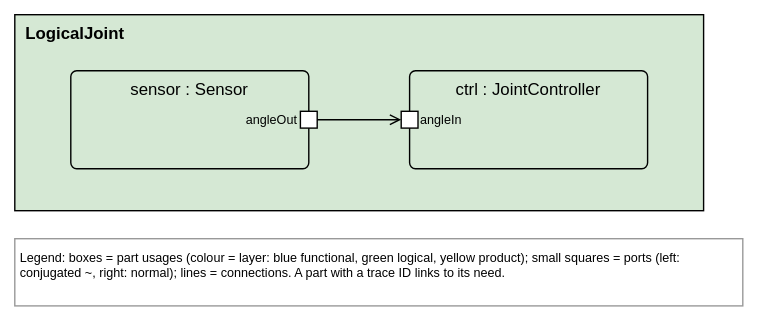
This is curatrix/tests/fixtures/sphinxdoc/views/jointView.drawio.svg from tiacsys/xdmod, a draw.io export, as it was before one commit. Source tidied: cells renumbered, new cells last; positions are measured from the earlier drawing's top-left corner, leaving out a move shared by most shapes.
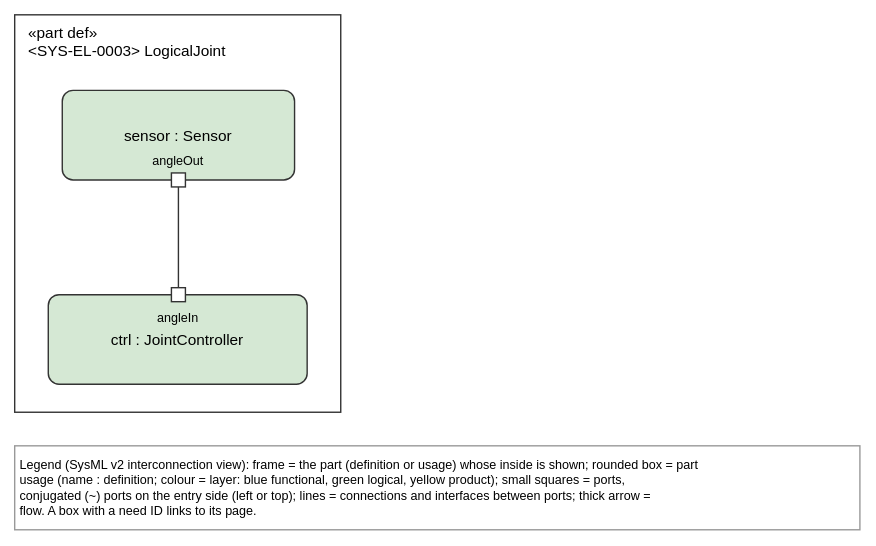
After the change.

What changed in the source:
```diff
@@ -2,25 +2,25 @@
   <root>
     <mxCell id="0" />
     <mxCell id="1" parent="0" />
-    <mxCell id="2" value="LogicalJoint" style="rounded=0;html=0;verticalAlign=top;align=left;spacingLeft=6;fontStyle=1;fillColor=#D5E8D4;" parent="1" vertex="1">
-      <mxGeometry width="492" height="140" as="geometry" />
+    <mxCell id="2" value="«part def»&#10;&lt;SYS-EL-0003&gt; LogicalJoint" style="html=0;fontFamily=Helvetica;fontSize=11;strokeColor=#333333;rounded=0;verticalAlign=top;align=left;spacingLeft=8;fillColor=none;" parent="1" vertex="1">
+      <mxGeometry width="233" height="284" as="geometry" />
     </mxCell>
-    <mxCell id="3" value="Legend: boxes = part usages (colour = layer: blue functional, green logical, yellow product); small squares = ports (left: conjugated ~, right: normal); lines = connections. A part with a trace ID links to its need." style="text;html=0;align=left;verticalAlign=top;fontSize=9;fillColor=#FFFFFF;strokeColor=#999999;spacing=4;whiteSpace=wrap;" parent="1" vertex="1">
-      <mxGeometry y="160" width="520" height="48" as="geometry" />
+    <mxCell id="3" value="Legend (SysML v2 interconnection view): frame = the part (definition or usage) whose inside is shown; rounded box = part&#10;usage (name : definition; colour = layer: blue functional, green logical, yellow product); small squares = ports,&#10;conjugated (~) ports on the entry side (left or top); lines = connections and interfaces between ports; thick arrow =&#10;flow. A box with a need ID links to its page." style="text;html=0;align=left;verticalAlign=top;fontFamily=Helvetica;fontSize=9;fillColor=#FFFFFF;strokeColor=#999999;spacing=4;" parent="1" vertex="1">
+      <mxGeometry y="308" width="604" height="60" as="geometry" />
     </mxCell>
-    <mxCell id="4" value="ctrl : JointController" style="rounded=1;arcSize=6;html=0;verticalAlign=top;whiteSpace=wrap;fillColor=#D5E8D4;" parent="2" vertex="1">
-      <mxGeometry x="282" y="40" width="170" height="70" as="geometry" />
+    <mxCell id="4" value="ctrl : JointController" style="html=0;fontFamily=Helvetica;fontSize=11;strokeColor=#333333;rounded=1;arcSize=12;fillColor=#FFFFFF;verticalAlign=middle;fillColor=#D5E8D4;" parent="2" vertex="1">
+      <mxGeometry x="24" y="200" width="185" height="64" as="geometry" />
     </mxCell>
-    <mxCell id="5" value="sensor : Sensor" style="rounded=1;arcSize=6;html=0;verticalAlign=top;whiteSpace=wrap;fillColor=#D5E8D4;" parent="2" vertex="1">
-      <mxGeometry x="40" y="40" width="170" height="70" as="geometry" />
+    <mxCell id="5" value="sensor : Sensor" style="html=0;fontFamily=Helvetica;fontSize=11;strokeColor=#333333;rounded=1;arcSize=12;fillColor=#FFFFFF;verticalAlign=middle;fillColor=#D5E8D4;" parent="2" vertex="1">
+      <mxGeometry x="34" y="54" width="166" height="64" as="geometry" />
     </mxCell>
-    <mxCell id="6" value="angleIn" style="rounded=0;html=0;fillColor=#FFFFFF;fontSize=9;labelPosition=right;align=left;verticalLabelPosition=middle;verticalAlign=middle;" parent="4" vertex="1">
-      <mxGeometry x="-6" y="29" width="12" height="12" as="geometry" />
+    <mxCell id="6" value="angleIn" style="html=0;fontFamily=Helvetica;fontSize=11;strokeColor=#333333;rounded=0;fillColor=#FFFFFF;fontSize=9;labelPosition=center;align=center;verticalLabelPosition=bottom;verticalAlign=top;" parent="4" vertex="1">
+      <mxGeometry x="88" y="-5" width="10" height="10" as="geometry" />
     </mxCell>
-    <mxCell id="7" value="angleOut" style="rounded=0;html=0;fillColor=#FFFFFF;fontSize=9;labelPosition=left;align=right;verticalLabelPosition=middle;verticalAlign=middle;" parent="5" vertex="1">
-      <mxGeometry x="164" y="29" width="12" height="12" as="geometry" />
+    <mxCell id="7" value="angleOut" style="html=0;fontFamily=Helvetica;fontSize=11;strokeColor=#333333;rounded=0;fillColor=#FFFFFF;fontSize=9;labelPosition=center;align=center;verticalLabelPosition=top;verticalAlign=bottom;" parent="5" vertex="1">
+      <mxGeometry x="78" y="59" width="10" height="10" as="geometry" />
     </mxCell>
-    <mxCell id="8" style="endArrow=open;html=0;rounded=0;edgeStyle=orthogonalEdgeStyle;" parent="1" edge="1" source="7" target="6">
+    <mxCell id="8" style="html=0;rounded=0;endSize=10;startSize=14;fontFamily=Helvetica;fontSize=10;labelBackgroundColor=#FFFFFF;strokeColor=#333333;endArrow=none;" parent="1" edge="1" source="7" target="6">
       <mxGeometry relative="1" as="geometry" />
     </mxCell>
   </root>
```
